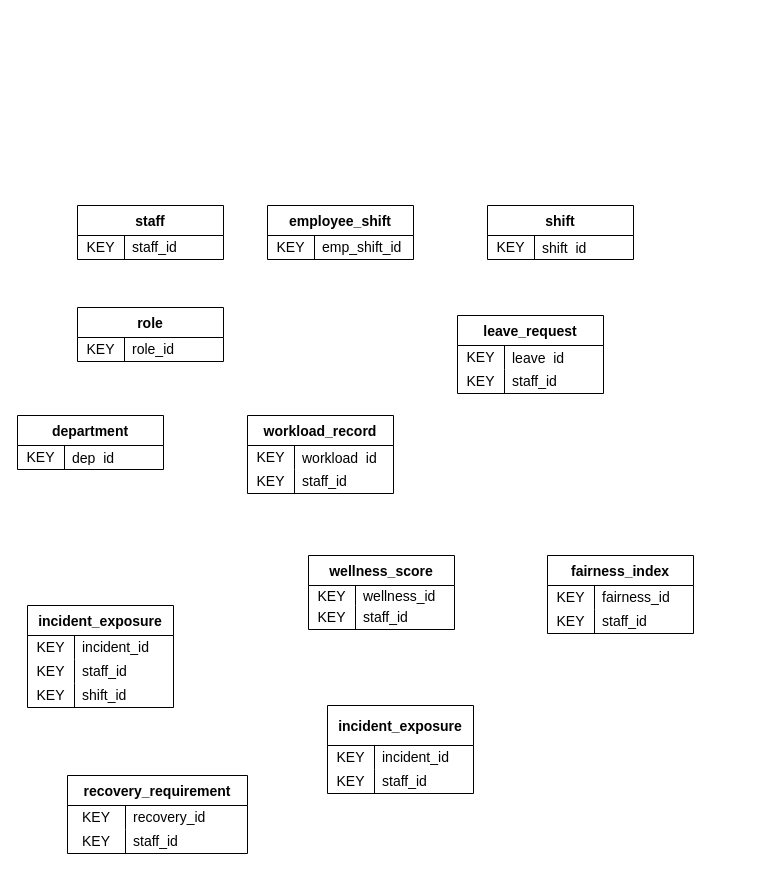
The draw.io diagram rostering_system/sql_stuff/conceptual.drawio in Sahillionaire/medhack, before the edit. Source tidied: cells renumbered, new cells numbered last; positions are measured from the earlier drawing's top-left corner, leaving out a move shared by most shapes. Both pictures are drawn from the tidied source at 100%, with x=0, y=0 at pixel (17, 205).
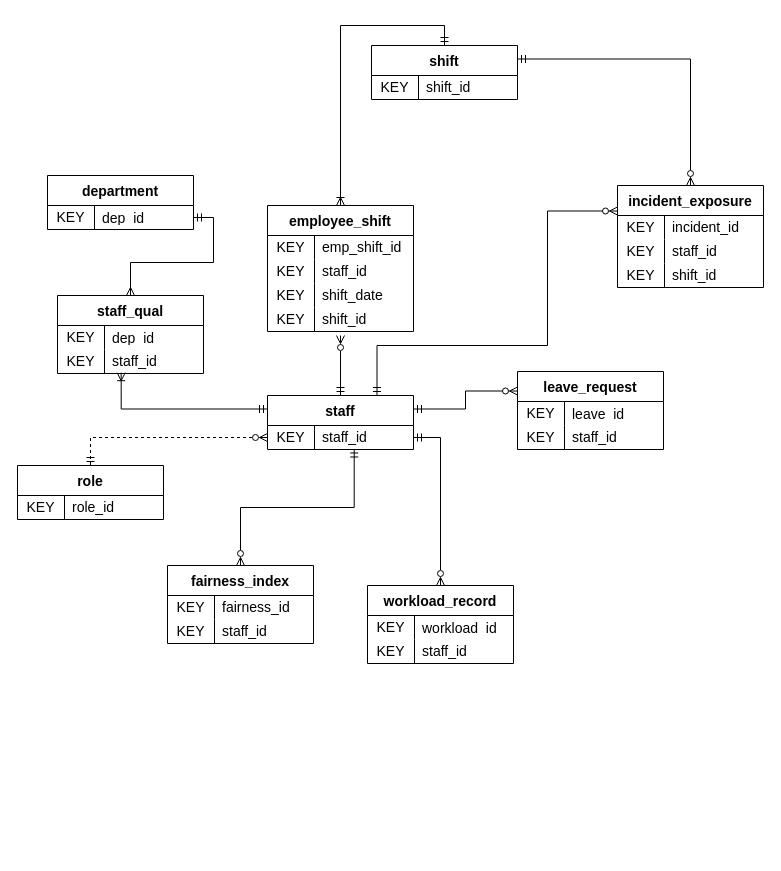
After the change.

Commit message:
added all entities and relationsips

Unchanged cells that the change refers to:
```xml
<mxCell id="3" style="shape=tableRow;horizontal=0;startSize=0;swimlaneHead=0;swimlaneBody=0;top=0;left=0;bottom=0;right=0;fillColor=none;points=[[0,0.5],[1,0.5]];portConstraint=eastwest;strokeColor=inherit;fontSize=16;" parent="2" vertex="1">
  <mxGeometry y="30" width="146" height="24" as="geometry" />
</mxCell>
<mxCell id="11" style="shape=tableRow;horizontal=0;startSize=0;swimlaneHead=0;swimlaneBody=0;top=0;left=0;bottom=0;right=0;fillColor=none;strokeColor=inherit;fontSize=16;" parent="10" vertex="1">
  <mxGeometry y="30" width="146" height="24" as="geometry" />
</mxCell>
<mxCell id="19" style="shape=tableRow;horizontal=0;startSize=0;swimlaneHead=0;swimlaneBody=0;top=0;left=0;bottom=0;right=0;fillColor=none;points=[[0,0.5],[1,0.5]];portConstraint=eastwest;strokeColor=inherit;fontSize=16;" parent="18" vertex="1">
  <mxGeometry y="30" width="146" height="24" as="geometry" />
</mxCell>
```

Diff of the diagram source:
```diff
@@
+    <mxCell id="74" style="edgeStyle=orthogonalEdgeStyle;rounded=0;jettySize=auto;html=1;exitX=1;exitY=0.25;exitDx=0;exitDy=0;entryX=0;entryY=0.25;entryDx=0;entryDy=0;startArrow=ERmandOne;startFill=0;endArrow=ERzeroToMany;endFill=0;" parent="1" edge="1" source="2" target="22">
+      <mxGeometry relative="1" as="geometry" />
+    </mxCell>
+    <mxCell id="75" style="edgeStyle=orthogonalEdgeStyle;rounded=0;jettySize=auto;html=1;exitX=0.75;exitY=0;exitDx=0;exitDy=0;entryX=0;entryY=0.25;entryDx=0;entryDy=0;endArrow=ERzeroToMany;endFill=0;startArrow=ERmandOne;startFill=0;" parent="1" edge="1" source="2" target="43">
+      <mxGeometry relative="1" as="geometry">
+        <Array as="points">
+          <mxPoint x="360" y="140" />
+          <mxPoint x="530" y="140" />
+          <mxPoint x="530" y="5" />
+        </Array>
+      </mxGeometry>
+    </mxCell>
     <mxCell id="2" value="staff" style="shape=table;startSize=30;childLayout=tableLayout;rowLines=0;fontStyle=1;fontSize=14;strokeWidth=1;rounded=0;" parent="1" vertex="1">
-      <mxGeometry x="60" width="146" height="54" as="geometry" />
+      <mxGeometry x="250" y="190" width="146" height="54" as="geometry" />
     </mxCell>
@@
+    <mxCell id="76" style="edgeStyle=orthogonalEdgeStyle;rounded=0;jettySize=auto;html=1;exitX=0.5;exitY=0;exitDx=0;exitDy=0;entryX=0.5;entryY=0;entryDx=0;entryDy=0;startArrow=ERoneToMany;startFill=0;endArrow=ERmandOne;endFill=0;" parent="1" edge="1" source="6" target="10">
+      <mxGeometry relative="1" as="geometry" />
+    </mxCell>
     <mxCell id="6" value="employee_shift" style="shape=table;startSize=30;childLayout=tableLayout;rowLines=0;fontStyle=1;fontSize=14;strokeWidth=1;rounded=0;" parent="1" vertex="1">
-      <mxGeometry x="250" width="146" height="54" as="geometry" />
+      <mxGeometry x="250" width="146" height="126" as="geometry" />
     </mxCell>
@@
+    <mxCell id="77" style="shape=tableRow;horizontal=0;startSize=0;swimlaneHead=0;swimlaneBody=0;top=0;left=0;bottom=0;right=0;fillColor=none;strokeColor=inherit;fontSize=16;" parent="6" vertex="1">
+      <mxGeometry y="54" width="146" height="24" as="geometry" />
+    </mxCell>
+    <mxCell id="78" value="KEY" style="shape=partialRectangle;html=1;whiteSpace=wrap;fillColor=none;top=0;left=0;bottom=0;right=0;overflow=hidden;strokeColor=inherit;fontSize=14;" parent="77" vertex="1">
+      <mxGeometry width="47" height="24" as="geometry" />
+    </mxCell>
+    <mxCell id="79" value="staff_id" style="shape=partialRectangle;html=1;whiteSpace=wrap;fillColor=none;top=0;left=0;bottom=0;right=0;align=left;spacingLeft=6;overflow=hidden;strokeColor=inherit;fontSize=14;spacing=2;spacingBottom=0;" parent="77" vertex="1">
+      <mxGeometry x="47" width="99" height="24" as="geometry" />
+    </mxCell>
+    <mxCell id="80" style="shape=tableRow;horizontal=0;startSize=0;swimlaneHead=0;swimlaneBody=0;top=0;left=0;bottom=0;right=0;fillColor=none;strokeColor=inherit;fontSize=16;" parent="6" vertex="1">
+      <mxGeometry y="78" width="146" height="24" as="geometry" />
+    </mxCell>
+    <mxCell id="81" value="KEY" style="shape=partialRectangle;html=1;whiteSpace=wrap;fillColor=none;top=0;left=0;bottom=0;right=0;overflow=hidden;strokeColor=inherit;fontSize=14;" parent="80" vertex="1">
+      <mxGeometry width="47" height="24" as="geometry" />
+    </mxCell>
+    <mxCell id="82" value="shift_date" style="shape=partialRectangle;html=1;whiteSpace=wrap;fillColor=none;top=0;left=0;bottom=0;right=0;align=left;spacingLeft=6;overflow=hidden;strokeColor=inherit;fontSize=14;spacing=2;spacingBottom=0;" parent="80" vertex="1">
+      <mxGeometry x="47" width="99" height="24" as="geometry" />
+    </mxCell>
+    <mxCell id="83" style="shape=tableRow;horizontal=0;startSize=0;swimlaneHead=0;swimlaneBody=0;top=0;left=0;bottom=0;right=0;fillColor=none;strokeColor=inherit;fontSize=16;" parent="6" vertex="1">
+      <mxGeometry y="102" width="146" height="24" as="geometry" />
+    </mxCell>
+    <mxCell id="84" value="KEY" style="shape=partialRectangle;html=1;whiteSpace=wrap;fillColor=none;top=0;left=0;bottom=0;right=0;overflow=hidden;strokeColor=inherit;fontSize=14;" parent="83" vertex="1">
+      <mxGeometry width="47" height="24" as="geometry" />
+    </mxCell>
+    <mxCell id="85" value="shift_id" style="shape=partialRectangle;html=1;whiteSpace=wrap;fillColor=none;top=0;left=0;bottom=0;right=0;align=left;spacingLeft=6;overflow=hidden;strokeColor=inherit;fontSize=14;spacing=2;spacingBottom=0;" parent="83" vertex="1">
+      <mxGeometry x="47" width="99" height="24" as="geometry" />
+    </mxCell>
+    <mxCell id="86" style="edgeStyle=orthogonalEdgeStyle;rounded=0;jettySize=auto;html=1;exitX=1;exitY=0.25;exitDx=0;exitDy=0;entryX=0.5;entryY=0;entryDx=0;entryDy=0;startArrow=ERmandOne;startFill=0;endArrow=ERzeroToMany;endFill=0;" parent="1" edge="1" source="10" target="43">
+      <mxGeometry relative="1" as="geometry" />
+    </mxCell>
     <mxCell id="10" value="shift" style="shape=table;startSize=30;childLayout=tableLayout;rowLines=0;fontStyle=1;fontSize=14;strokeWidth=1;rounded=0;" parent="1" vertex="1">
-      <mxGeometry x="470" width="146" height="54" as="geometry" />
+      <mxGeometry x="354" y="-160" width="146" height="54" as="geometry" />
     </mxCell>
@@
-    <mxCell id="13" value="&lt;div style=&quot;line-height: 100%;&quot;&gt;shift_id&lt;/div&gt;" style="shape=partialRectangle;html=1;whiteSpace=wrap;fillColor=none;top=0;left=0;bottom=0;right=0;align=left;spacingLeft=6;overflow=hidden;strokeColor=inherit;fontSize=14;spacing=2;spacingBottom=0;" parent="11" vertex="1">
+    <mxCell id="13" value="shift_id" style="shape=partialRectangle;html=1;whiteSpace=wrap;fillColor=none;top=0;left=0;bottom=0;right=0;align=left;spacingLeft=6;overflow=hidden;strokeColor=inherit;fontSize=14;spacing=2;spacingBottom=0;" parent="11" vertex="1">
       <mxGeometry x="47" width="99" height="24" as="geometry" />
     </mxCell>
     <mxCell id="14" value="role" style="shape=table;startSize=30;childLayout=tableLayout;rowLines=0;fontStyle=1;fontSize=14;strokeWidth=1;rounded=0;" parent="1" vertex="1">
-      <mxGeometry x="60" y="102" width="146" height="54" as="geometry" />
+      <mxGeometry y="260" width="146" height="54" as="geometry" />
     </mxCell>
@@
     <mxCell id="18" value="department" style="shape=table;startSize=30;childLayout=tableLayout;rowLines=0;fontStyle=1;fontSize=14;strokeWidth=1;rounded=0;" parent="1" vertex="1">
-      <mxGeometry y="210" width="146" height="54" as="geometry" />
+      <mxGeometry x="30" y="-30" width="146" height="54" as="geometry" />
     </mxCell>
@@
     <mxCell id="22" value="leave_request" style="shape=table;startSize=30;childLayout=tableLayout;rowLines=0;fontStyle=1;fontSize=14;strokeWidth=1;rounded=0;" parent="1" vertex="1">
-      <mxGeometry x="440" y="110" width="146" height="78" as="geometry" />
+      <mxGeometry x="500" y="166" width="146" height="78" as="geometry" />
     </mxCell>
@@
+    <mxCell id="87" style="edgeStyle=orthogonalEdgeStyle;rounded=0;jettySize=auto;html=1;exitX=0.5;exitY=0;exitDx=0;exitDy=0;entryX=1;entryY=0.5;entryDx=0;entryDy=0;startArrow=ERzeroToMany;startFill=0;endArrow=ERmandOne;endFill=0;" parent="1" edge="1" source="29" target="3">
+      <mxGeometry relative="1" as="geometry" />
+    </mxCell>
     <mxCell id="29" value="workload_record" style="shape=table;startSize=30;childLayout=tableLayout;rowLines=0;fontStyle=1;fontSize=14;strokeWidth=1;rounded=0;" parent="1" vertex="1">
-      <mxGeometry x="230" y="210" width="146" height="78" as="geometry" />
+      <mxGeometry x="350" y="380" width="146" height="78" as="geometry" />
     </mxCell>
@@
-    <mxCell id="36" value="wellness_score" style="shape=table;startSize=30;childLayout=tableLayout;rowLines=0;fontStyle=1;fontSize=14;strokeWidth=1;rounded=0;" parent="1" vertex="1">
-      <mxGeometry x="291" y="350" width="146" height="74" as="geometry" />
-    </mxCell>
-    <mxCell id="37" style="shape=tableRow;horizontal=0;startSize=0;swimlaneHead=0;swimlaneBody=0;top=0;left=0;bottom=0;right=0;fillColor=none;strokeColor=inherit;fontSize=16;" parent="36" vertex="1">
-      <mxGeometry y="30" width="146" height="20" as="geometry" />
-    </mxCell>
-    <mxCell id="38" value="KEY" style="shape=partialRectangle;html=1;whiteSpace=wrap;fillColor=none;top=0;left=0;bottom=0;right=0;overflow=hidden;strokeColor=inherit;fontSize=14;" parent="37" vertex="1">
-      <mxGeometry width="47" height="20" as="geometry" />
-    </mxCell>
-    <mxCell id="39" value="wellness_id" style="shape=partialRectangle;html=1;whiteSpace=wrap;fillColor=none;top=0;left=0;bottom=0;right=0;align=left;spacingLeft=6;overflow=hidden;strokeColor=inherit;fontSize=14;spacing=2;spacingBottom=0;" parent="37" vertex="1">
-      <mxGeometry x="47" width="99" height="20" as="geometry" />
-    </mxCell>
-    <mxCell id="40" style="shape=tableRow;horizontal=0;startSize=0;swimlaneHead=0;swimlaneBody=0;top=0;left=0;bottom=0;right=0;fillColor=none;strokeColor=inherit;fontSize=16;" parent="36" vertex="1">
-      <mxGeometry y="50" width="146" height="24" as="geometry" />
-    </mxCell>
-    <mxCell id="41" value="KEY" style="shape=partialRectangle;html=1;whiteSpace=wrap;fillColor=none;top=0;left=0;bottom=0;right=0;overflow=hidden;strokeColor=inherit;fontSize=14;" parent="40" vertex="1">
-      <mxGeometry width="47" height="24" as="geometry" />
-    </mxCell>
-    <mxCell id="42" value="staff_id" style="shape=partialRectangle;html=1;whiteSpace=wrap;fillColor=none;top=0;left=0;bottom=0;right=0;align=left;spacingLeft=6;overflow=hidden;strokeColor=inherit;fontSize=14;spacing=2;spacingBottom=0;" parent="40" vertex="1">
-      <mxGeometry x="47" width="99" height="24" as="geometry" />
-    </mxCell>
     <mxCell id="43" value="incident_exposure" style="shape=table;startSize=30;childLayout=tableLayout;rowLines=0;fontStyle=1;fontSize=14;strokeWidth=1;rounded=0;" parent="1" vertex="1">
-      <mxGeometry x="10" y="400" width="146" height="102" as="geometry" />
+      <mxGeometry x="600" y="-20" width="146" height="102" as="geometry" />
     </mxCell>
@@
-    <mxCell id="53" value="incident_exposure" style="shape=table;startSize=40;childLayout=tableLayout;rowLines=0;fontStyle=1;fontSize=14;strokeWidth=1;rounded=0;" parent="1" vertex="1">
-      <mxGeometry x="310" y="500" width="146" height="88" as="geometry" />
-    </mxCell>
-    <mxCell id="54" style="shape=tableRow;horizontal=0;startSize=0;swimlaneHead=0;swimlaneBody=0;top=0;left=0;bottom=0;right=0;fillColor=none;strokeColor=inherit;fontSize=16;" parent="53" vertex="1">
-      <mxGeometry y="40" width="146" height="24" as="geometry" />
-    </mxCell>
-    <mxCell id="55" value="KEY" style="shape=partialRectangle;html=1;whiteSpace=wrap;fillColor=none;top=0;left=0;bottom=0;right=0;overflow=hidden;strokeColor=inherit;fontSize=14;" parent="54" vertex="1">
-      <mxGeometry width="47" height="24" as="geometry" />
-    </mxCell>
-    <mxCell id="56" value="incident_id" style="shape=partialRectangle;html=1;whiteSpace=wrap;fillColor=none;top=0;left=0;bottom=0;right=0;align=left;spacingLeft=6;overflow=hidden;strokeColor=inherit;fontSize=14;spacing=2;spacingBottom=0;" parent="54" vertex="1">
-      <mxGeometry x="47" width="99" height="24" as="geometry" />
-    </mxCell>
-    <mxCell id="57" style="shape=tableRow;horizontal=0;startSize=0;swimlaneHead=0;swimlaneBody=0;top=0;left=0;bottom=0;right=0;fillColor=none;strokeColor=inherit;fontSize=16;" parent="53" vertex="1">
-      <mxGeometry y="64" width="146" height="24" as="geometry" />
-    </mxCell>
-    <mxCell id="58" value="KEY" style="shape=partialRectangle;html=1;whiteSpace=wrap;fillColor=none;top=0;left=0;bottom=0;right=0;overflow=hidden;strokeColor=inherit;fontSize=14;" parent="57" vertex="1">
-      <mxGeometry width="47" height="24" as="geometry" />
-    </mxCell>
-    <mxCell id="59" value="staff_id" style="shape=partialRectangle;html=1;whiteSpace=wrap;fillColor=none;top=0;left=0;bottom=0;right=0;align=left;spacingLeft=6;overflow=hidden;strokeColor=inherit;fontSize=14;spacing=2;spacingBottom=0;" parent="57" vertex="1">
-      <mxGeometry x="47" width="99" height="24" as="geometry" />
-    </mxCell>
-    <mxCell id="60" value="recovery_requirement" style="shape=table;startSize=30;childLayout=tableLayout;rowLines=0;fontStyle=1;fontSize=14;strokeWidth=1;rounded=0;" parent="1" vertex="1">
-      <mxGeometry x="50" y="570" width="180" height="78" as="geometry" />
-    </mxCell>
-    <mxCell id="61" style="shape=tableRow;horizontal=0;startSize=0;swimlaneHead=0;swimlaneBody=0;top=0;left=0;bottom=0;right=0;fillColor=none;strokeColor=inherit;fontSize=16;" parent="60" vertex="1">
-      <mxGeometry y="30" width="180" height="24" as="geometry" />
-    </mxCell>
-    <mxCell id="62" value="KEY" style="shape=partialRectangle;html=1;whiteSpace=wrap;fillColor=none;top=0;left=0;bottom=0;right=0;overflow=hidden;strokeColor=inherit;fontSize=14;" parent="61" vertex="1">
-      <mxGeometry width="58" height="24" as="geometry" />
-    </mxCell>
-    <mxCell id="63" value="recovery_id" style="shape=partialRectangle;html=1;whiteSpace=wrap;fillColor=none;top=0;left=0;bottom=0;right=0;align=left;spacingLeft=6;overflow=hidden;strokeColor=inherit;fontSize=14;spacing=2;spacingBottom=0;" parent="61" vertex="1">
-      <mxGeometry x="58" width="122" height="24" as="geometry" />
-    </mxCell>
-    <mxCell id="64" style="shape=tableRow;horizontal=0;startSize=0;swimlaneHead=0;swimlaneBody=0;top=0;left=0;bottom=0;right=0;fillColor=none;strokeColor=inherit;fontSize=16;" parent="60" vertex="1">
-      <mxGeometry y="54" width="180" height="24" as="geometry" />
-    </mxCell>
-    <mxCell id="65" value="KEY" style="shape=partialRectangle;html=1;whiteSpace=wrap;fillColor=none;top=0;left=0;bottom=0;right=0;overflow=hidden;strokeColor=inherit;fontSize=14;" parent="64" vertex="1">
-      <mxGeometry width="58" height="24" as="geometry" />
-    </mxCell>
-    <mxCell id="66" value="staff_id" style="shape=partialRectangle;html=1;whiteSpace=wrap;fillColor=none;top=0;left=0;bottom=0;right=0;align=left;spacingLeft=6;overflow=hidden;strokeColor=inherit;fontSize=14;spacing=2;spacingBottom=0;" parent="64" vertex="1">
-      <mxGeometry x="58" width="122" height="24" as="geometry" />
-    </mxCell>
     <mxCell id="67" value="fairness_index" style="shape=table;startSize=30;childLayout=tableLayout;rowLines=0;fontStyle=1;fontSize=14;strokeWidth=1;rounded=0;" parent="1" vertex="1">
-      <mxGeometry x="530" y="350" width="146" height="78" as="geometry" />
+      <mxGeometry x="150" y="360" width="146" height="78" as="geometry" />
     </mxCell>
@@
+    <mxCell id="88" style="edgeStyle=orthogonalEdgeStyle;rounded=0;jettySize=auto;html=1;exitX=0.5;exitY=0;exitDx=0;exitDy=0;endArrow=ERzeroToMany;endFill=0;startArrow=ERmandOne;startFill=0;" parent="1" edge="1" source="2">
+      <mxGeometry relative="1" as="geometry">
+        <mxPoint x="323" y="130" as="targetPoint" />
+        <Array as="points">
+          <mxPoint x="323" y="130" />
+          <mxPoint x="323" y="130" />
+        </Array>
+      </mxGeometry>
+    </mxCell>
+    <mxCell id="89" style="edgeStyle=orthogonalEdgeStyle;rounded=0;jettySize=auto;html=1;exitX=0.5;exitY=0;exitDx=0;exitDy=0;startArrow=ERmany;startFill=0;endArrow=ERmandOne;endFill=0;" parent="1" edge="1" source="90" target="19">
+      <mxGeometry relative="1" as="geometry" />
+    </mxCell>
+    <mxCell id="90" value="staff_qual" style="shape=table;startSize=30;childLayout=tableLayout;rowLines=0;fontStyle=1;fontSize=14;strokeWidth=1;rounded=0;" parent="1" vertex="1">
+      <mxGeometry x="40" y="90" width="146" height="78" as="geometry" />
+    </mxCell>
+    <mxCell id="91" style="shape=tableRow;horizontal=0;startSize=0;swimlaneHead=0;swimlaneBody=0;top=0;left=0;bottom=0;right=0;fillColor=none;strokeColor=inherit;fontSize=16;" parent="90" vertex="1">
+      <mxGeometry y="30" width="146" height="24" as="geometry" />
+    </mxCell>
+    <mxCell id="92" value="KEY" style="shape=partialRectangle;html=1;whiteSpace=wrap;fillColor=none;top=0;left=0;bottom=0;right=0;overflow=hidden;strokeColor=inherit;fontSize=14;" parent="91" vertex="1">
+      <mxGeometry width="47" height="24" as="geometry" />
+    </mxCell>
+    <mxCell id="93" value="&lt;div style=&quot;line-height: 100%;&quot;&gt;dep_id&lt;/div&gt;" style="shape=partialRectangle;html=1;whiteSpace=wrap;fillColor=none;top=0;left=0;bottom=0;right=0;align=left;spacingLeft=6;overflow=hidden;strokeColor=inherit;fontSize=14;spacing=2;spacingBottom=0;" parent="91" vertex="1">
+      <mxGeometry x="47" width="99" height="24" as="geometry" />
+    </mxCell>
+    <mxCell id="94" style="shape=tableRow;horizontal=0;startSize=0;swimlaneHead=0;swimlaneBody=0;top=0;left=0;bottom=0;right=0;fillColor=none;points=[[0,0.5],[1,0.5]];portConstraint=eastwest;strokeColor=inherit;fontSize=16;" parent="90" vertex="1">
+      <mxGeometry y="54" width="146" height="24" as="geometry" />
+    </mxCell>
+    <mxCell id="95" value="KEY" style="shape=partialRectangle;html=1;whiteSpace=wrap;fillColor=none;top=0;left=0;bottom=0;right=0;overflow=hidden;strokeColor=inherit;fontSize=14;" parent="94" vertex="1">
+      <mxGeometry width="47" height="24" as="geometry" />
+    </mxCell>
+    <mxCell id="96" value="staff_id" style="shape=partialRectangle;html=1;whiteSpace=wrap;fillColor=none;top=0;left=0;bottom=0;right=0;align=left;spacingLeft=6;overflow=hidden;strokeColor=inherit;fontSize=14;spacing=2;spacingBottom=0;" parent="94" vertex="1">
+      <mxGeometry x="47" width="99" height="24" as="geometry" />
+    </mxCell>
+    <mxCell id="97" style="edgeStyle=orthogonalEdgeStyle;rounded=0;jettySize=auto;html=1;exitX=0;exitY=0.25;exitDx=0;exitDy=0;entryX=0.436;entryY=0.967;entryDx=0;entryDy=0;entryPerimeter=0;startArrow=ERmandOne;startFill=0;endArrow=ERoneToMany;endFill=0;" parent="1" edge="1" source="2" target="94">
+      <mxGeometry relative="1" as="geometry" />
+    </mxCell>
+    <mxCell id="98" style="edgeStyle=orthogonalEdgeStyle;rounded=0;jettySize=auto;html=1;exitX=0;exitY=0.5;exitDx=0;exitDy=0;entryX=0.5;entryY=0;entryDx=0;entryDy=0;dashed=1;endArrow=ERmandOne;endFill=0;startArrow=ERzeroToMany;startFill=0;" parent="1" edge="1" source="3" target="14">
+      <mxGeometry relative="1" as="geometry" />
+    </mxCell>
+    <mxCell id="99" style="edgeStyle=orthogonalEdgeStyle;rounded=0;jettySize=auto;html=1;exitX=0.5;exitY=0;exitDx=0;exitDy=0;entryX=0.594;entryY=0.978;entryDx=0;entryDy=0;entryPerimeter=0;startArrow=ERzeroToMany;startFill=0;endArrow=ERmandOne;endFill=0;" parent="1" edge="1" source="67" target="3">
+      <mxGeometry relative="1" as="geometry" />
+    </mxCell>
```
